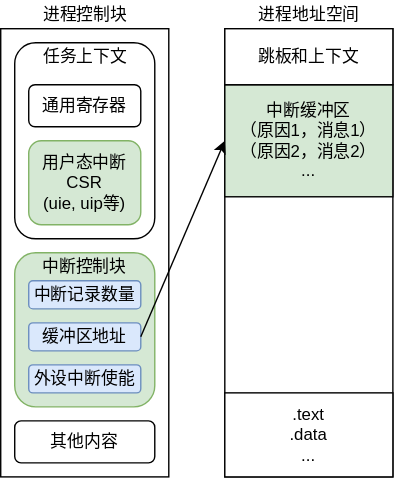
Earlier version of the draw.io export assets/user_trap_context.svg (Gallium70/rv-n-ext-impl). Source tidied: cells renumbered, new cells last; positions are measured from the earlier drawing's top-left corner, leaving out a move shared by most shapes.
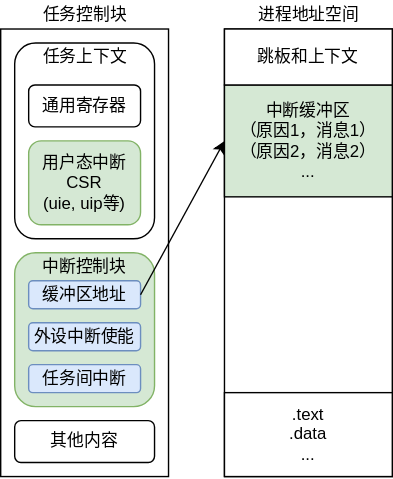
Above is the later version.

What changed in the source:
```diff
@@ -11,7 +11,7 @@
     <mxCell id="4" style="rounded=0;whiteSpace=wrap;html=1;" parent="1" vertex="1">
       <mxGeometry y="20" width="120" height="320" as="geometry" />
     </mxCell>
-    <mxCell id="5" value="进程控制块" style="text;html=1;align=center;verticalAlign=middle;strokeColor=none;" parent="1" vertex="1">
+    <mxCell id="5" value="任务控制块" style="text;html=1;align=center;verticalAlign=middle;strokeColor=none;" parent="1" vertex="1">
       <mxGeometry x="20" width="80" height="20" as="geometry" />
     </mxCell>
     <mxCell id="6" style="rounded=1;whiteSpace=wrap;html=1;" parent="1" vertex="1">
@@ -32,14 +32,11 @@
     <mxCell id="11" value="中断控制块" style="text;html=1;strokeColor=none;fillColor=none;align=center;verticalAlign=middle;whiteSpace=wrap;rounded=0;" parent="1" vertex="1">
       <mxGeometry x="15" y="180" width="90" height="20" as="geometry" />
     </mxCell>
-    <mxCell id="12" value="中断记录数量" style="rounded=1;whiteSpace=wrap;html=1;fillColor=#dae8fc;strokeColor=#6c8ebf;" parent="1" vertex="1">
-      <mxGeometry x="20" y="200" width="80" height="20" as="geometry" />
-    </mxCell>
     <mxCell id="13" value="缓冲区地址" style="rounded=1;whiteSpace=wrap;html=1;fillColor=#dae8fc;strokeColor=#6c8ebf;" parent="1" vertex="1">
-      <mxGeometry x="20" y="230" width="80" height="20" as="geometry" />
+      <mxGeometry x="20" y="200" width="80" height="20" as="geometry" />
     </mxCell>
     <mxCell id="14" value="外设中断使能" style="rounded=1;whiteSpace=wrap;html=1;fillColor=#dae8fc;strokeColor=#6c8ebf;" parent="1" vertex="1">
-      <mxGeometry x="20" y="260" width="80" height="20" as="geometry" />
+      <mxGeometry x="20" y="230" width="80" height="20" as="geometry" />
     </mxCell>
     <mxCell id="15" value="进程地址空间" style="text;html=1;align=center;verticalAlign=middle;strokeColor=none;" parent="1" vertex="1">
       <mxGeometry x="175" width="90" height="20" as="geometry" />
@@ -56,5 +53,8 @@
     <mxCell id="19" value="其他内容" style="rounded=1;whiteSpace=wrap;html=1;strokeColor=#000000;" parent="1" vertex="1">
       <mxGeometry x="10" y="300" width="100" height="30" as="geometry" />
     </mxCell>
+    <mxCell id="20" value="任务间中断" style="rounded=1;whiteSpace=wrap;html=1;fillColor=#dae8fc;strokeColor=#6c8ebf;" parent="1" vertex="1">
+      <mxGeometry x="20" y="260" width="80" height="20" as="geometry" />
+    </mxCell>
   </root>
 </mxGraphModel>
```
